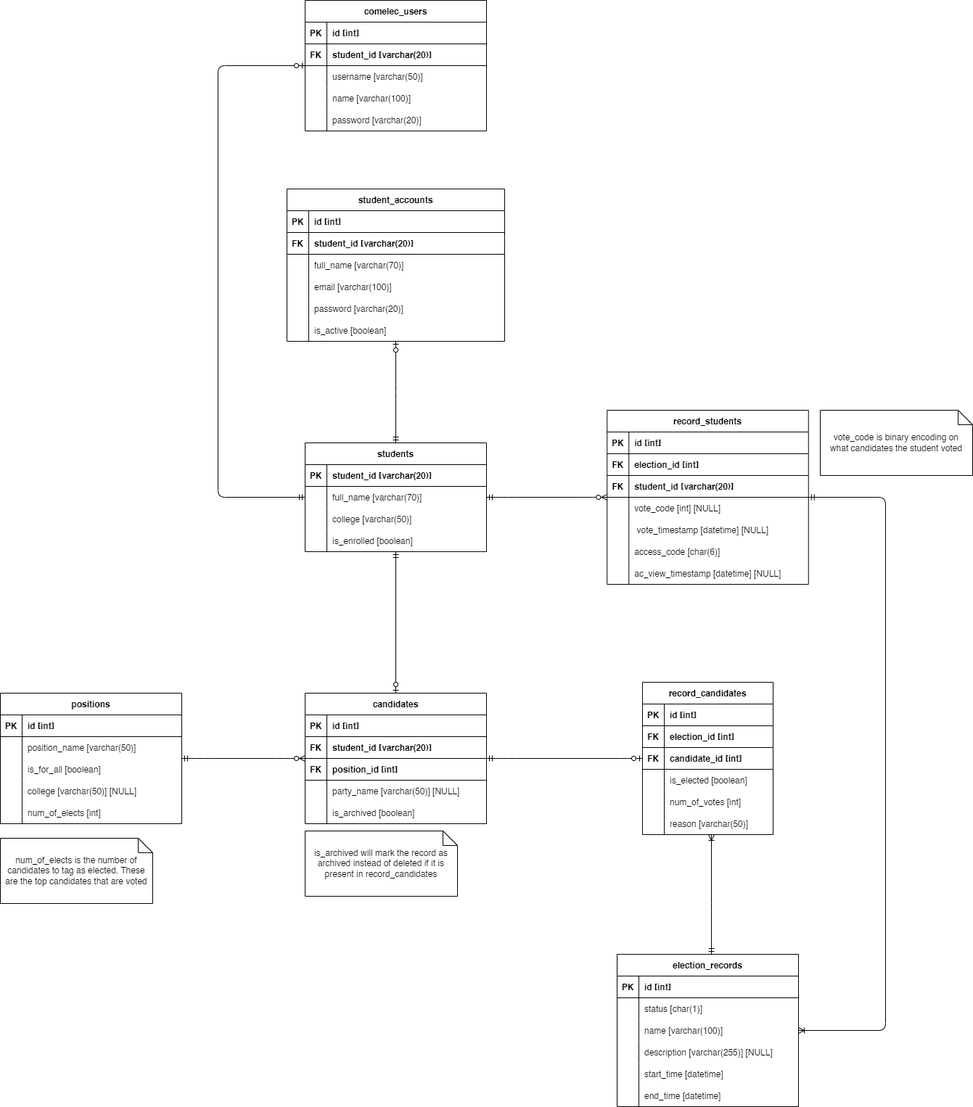
Above: schema.drawio.png in NateCross/comelec-system (draw.io), before the change. Source tidied: cells renumbered, new cells last; positions are measured from the earlier drawing's top-left corner, leaving out a move shared by most shapes.
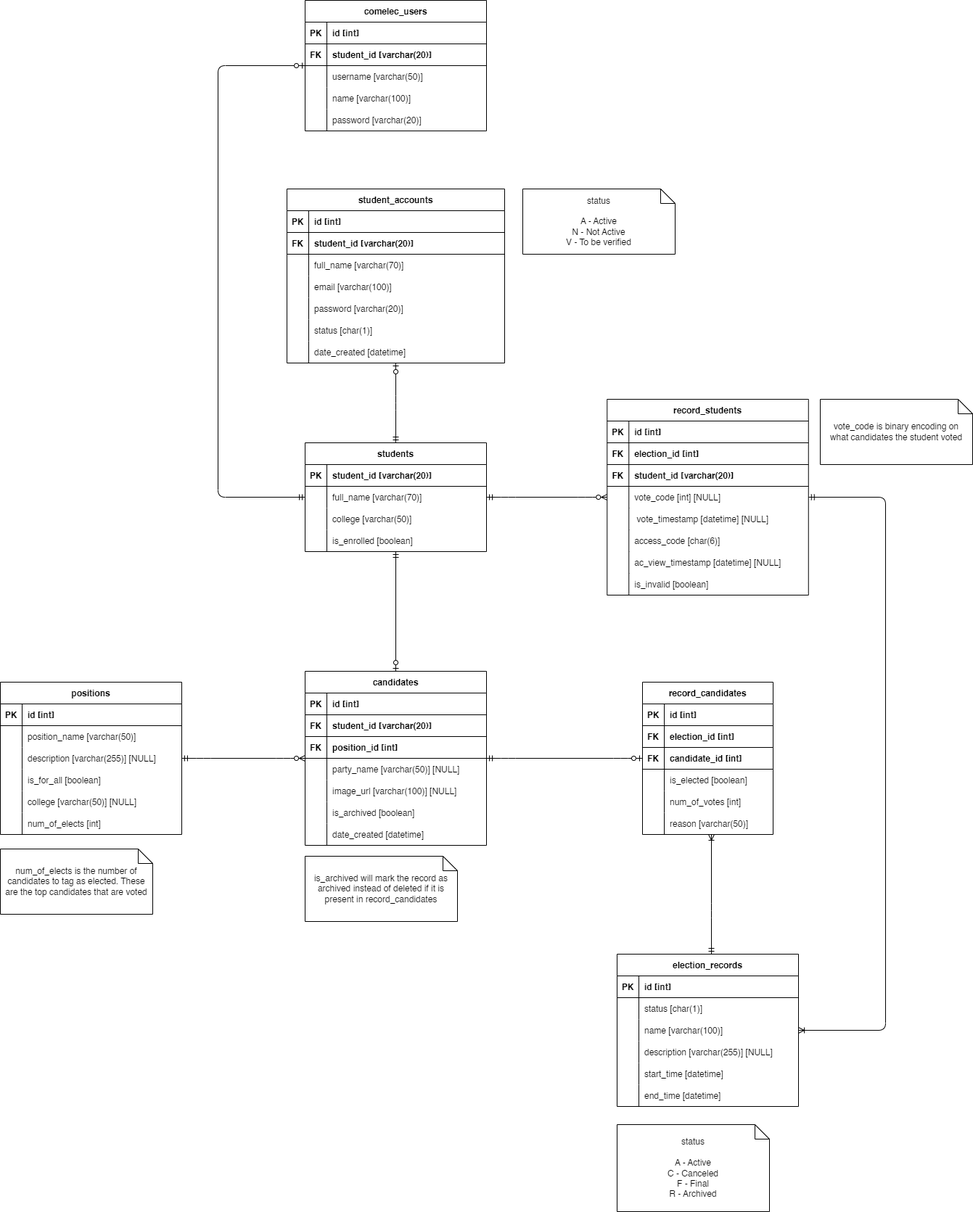
After the change.

Diff of the diagram source:
```diff
@@ -3,7 +3,7 @@
     <mxCell id="0" />
     <mxCell id="1" parent="0" />
     <mxCell id="2" value="student_accounts" style="shape=table;startSize=30;rowLines=0;fontStyle=1;align=center;" parent="1" vertex="1">
-      <mxGeometry x="395" y="260" width="300" height="210" as="geometry" />
+      <mxGeometry x="395" y="260" width="300" height="240" as="geometry" />
     </mxCell>
     <mxCell id="3" style="shape=tableRow;horizontal=0;startSize=0;swimlaneHead=0;swimlaneBody=0;fillColor=none;top=0;left=0;right=0;bottom=1;" parent="2" vertex="1">
       <mxGeometry y="30" width="300" height="30" as="geometry" />
@@ -56,9 +56,18 @@
     <mxCell id="19" style="shape=partialRectangle;fillColor=none;top=0;left=0;bottom=0;right=0;overflow=hidden;" parent="18" vertex="1">
       <mxGeometry width="30" height="30" as="geometry" />
     </mxCell>
-    <mxCell id="20" value="is_active [boolean]" style="shape=partialRectangle;fillColor=none;top=0;left=0;bottom=0;right=0;align=left;spacingLeft=6;overflow=hidden;" parent="18" vertex="1">
+    <mxCell id="20" value="status [char(1)]" style="shape=partialRectangle;fillColor=none;top=0;left=0;bottom=0;right=0;align=left;spacingLeft=6;overflow=hidden;" parent="18" vertex="1">
       <mxGeometry x="30" width="270" height="30" as="geometry" />
     </mxCell>
+    <mxCell id="153" style="shape=tableRow;horizontal=0;startSize=0;swimlaneHead=0;swimlaneBody=0;fillColor=none;top=0;left=0;right=0;bottom=0;" parent="2" vertex="1">
+      <mxGeometry y="210" width="300" height="30" as="geometry" />
+    </mxCell>
+    <mxCell id="154" style="shape=partialRectangle;fillColor=none;top=0;left=0;bottom=0;right=0;overflow=hidden;" parent="153" vertex="1">
+      <mxGeometry width="30" height="30" as="geometry" />
+    </mxCell>
+    <mxCell id="155" value="date_created [datetime]" style="shape=partialRectangle;fillColor=none;top=0;left=0;bottom=0;right=0;align=left;spacingLeft=6;overflow=hidden;" parent="153" vertex="1">
+      <mxGeometry x="30" width="270" height="30" as="geometry" />
+    </mxCell>
     <mxCell id="21" value="comelec_users" style="shape=table;startSize=30;rowLines=0;fontStyle=1;align=center;" parent="1" vertex="1">
       <mxGeometry x="420" width="250" height="180" as="geometry" />
     </mxCell>
@@ -150,7 +159,7 @@
       <mxGeometry relative="1" as="geometry" />
     </mxCell>
     <mxCell id="51" value="candidates" style="shape=table;startSize=30;rowLines=0;fontStyle=1;align=center;" parent="1" vertex="1">
-      <mxGeometry x="420" y="955" width="250" height="180" as="geometry" />
+      <mxGeometry x="420" y="925" width="250" height="240" as="geometry" />
     </mxCell>
     <mxCell id="52" style="shape=tableRow;horizontal=0;startSize=0;swimlaneHead=0;swimlaneBody=0;fillColor=none;top=0;left=0;right=0;bottom=1;" parent="51" vertex="1">
       <mxGeometry y="30" width="250" height="30" as="geometry" />
@@ -188,8 +197,17 @@
     <mxCell id="63" value="party_name [varchar(50)] [NULL]" style="shape=partialRectangle;fillColor=none;top=0;left=0;bottom=0;right=0;align=left;spacingLeft=6;overflow=hidden;" parent="61" vertex="1">
       <mxGeometry x="30" width="220" height="30" as="geometry" />
     </mxCell>
+    <mxCell id="156" style="shape=tableRow;horizontal=0;startSize=0;swimlaneHead=0;swimlaneBody=0;fillColor=none;top=0;left=0;right=0;bottom=0;" parent="51" vertex="1">
+      <mxGeometry y="150" width="250" height="30" as="geometry" />
+    </mxCell>
+    <mxCell id="157" style="shape=partialRectangle;fillColor=none;top=0;left=0;bottom=0;right=0;overflow=hidden;" parent="156" vertex="1">
+      <mxGeometry width="30" height="30" as="geometry" />
+    </mxCell>
+    <mxCell id="158" value="image_url [varchar(100)] [NULL]" style="shape=partialRectangle;fillColor=none;top=0;left=0;bottom=0;right=0;align=left;spacingLeft=6;overflow=hidden;" parent="156" vertex="1">
+      <mxGeometry x="30" width="220" height="30" as="geometry" />
+    </mxCell>
     <mxCell id="64" style="shape=tableRow;horizontal=0;startSize=0;swimlaneHead=0;swimlaneBody=0;fillColor=none;top=0;left=0;right=0;bottom=0;" parent="51" vertex="1">
-      <mxGeometry y="150" width="250" height="30" as="geometry" />
+      <mxGeometry y="180" width="250" height="30" as="geometry" />
     </mxCell>
     <mxCell id="65" style="shape=partialRectangle;fillColor=none;top=0;left=0;bottom=0;right=0;overflow=hidden;" parent="64" vertex="1">
       <mxGeometry width="30" height="30" as="geometry" />
@@ -197,8 +215,17 @@
     <mxCell id="66" value="is_archived [boolean]" style="shape=partialRectangle;fillColor=none;top=0;left=0;bottom=0;right=0;align=left;spacingLeft=6;overflow=hidden;" parent="64" vertex="1">
       <mxGeometry x="30" width="220" height="30" as="geometry" />
     </mxCell>
+    <mxCell id="159" style="shape=tableRow;horizontal=0;startSize=0;swimlaneHead=0;swimlaneBody=0;fillColor=none;top=0;left=0;right=0;bottom=0;" parent="51" vertex="1">
+      <mxGeometry y="210" width="250" height="30" as="geometry" />
+    </mxCell>
+    <mxCell id="160" style="shape=partialRectangle;fillColor=none;top=0;left=0;bottom=0;right=0;overflow=hidden;" parent="159" vertex="1">
+      <mxGeometry width="30" height="30" as="geometry" />
+    </mxCell>
+    <mxCell id="161" value="date_created [datetime]" style="shape=partialRectangle;fillColor=none;top=0;left=0;bottom=0;right=0;align=left;spacingLeft=6;overflow=hidden;" parent="159" vertex="1">
+      <mxGeometry x="30" width="220" height="30" as="geometry" />
+    </mxCell>
     <mxCell id="67" value="positions" style="shape=table;startSize=30;rowLines=0;fontStyle=1;align=center;" parent="1" vertex="1">
-      <mxGeometry y="955" width="250" height="180" as="geometry" />
+      <mxGeometry y="940" width="250" height="210" as="geometry" />
     </mxCell>
     <mxCell id="68" style="shape=tableRow;horizontal=0;startSize=0;swimlaneHead=0;swimlaneBody=0;fillColor=none;top=0;left=0;right=0;bottom=1;" parent="67" vertex="1">
       <mxGeometry y="30" width="250" height="30" as="geometry" />
@@ -218,8 +245,17 @@
     <mxCell id="73" value="position_name [varchar(50)]" style="shape=partialRectangle;fillColor=none;top=0;left=0;bottom=0;right=0;align=left;spacingLeft=6;overflow=hidden;" parent="71" vertex="1">
       <mxGeometry x="30" width="220" height="30" as="geometry" />
     </mxCell>
+    <mxCell id="162" style="shape=tableRow;horizontal=0;startSize=0;swimlaneHead=0;swimlaneBody=0;fillColor=none;top=0;left=0;right=0;bottom=0;" parent="67" vertex="1">
+      <mxGeometry y="90" width="250" height="30" as="geometry" />
+    </mxCell>
+    <mxCell id="163" style="shape=partialRectangle;fillColor=none;top=0;left=0;bottom=0;right=0;overflow=hidden;" parent="162" vertex="1">
+      <mxGeometry width="30" height="30" as="geometry" />
+    </mxCell>
+    <mxCell id="164" value="description [varchar(255)] [NULL]" style="shape=partialRectangle;fillColor=none;top=0;left=0;bottom=0;right=0;align=left;spacingLeft=6;overflow=hidden;" parent="162" vertex="1">
+      <mxGeometry x="30" width="220" height="30" as="geometry" />
+    </mxCell>
     <mxCell id="74" style="shape=tableRow;horizontal=0;startSize=0;swimlaneHead=0;swimlaneBody=0;fillColor=none;top=0;left=0;right=0;bottom=0;" parent="67" vertex="1">
-      <mxGeometry y="90" width="250" height="30" as="geometry" />
+      <mxGeometry y="120" width="250" height="30" as="geometry" />
     </mxCell>
     <mxCell id="75" style="shape=partialRectangle;fillColor=none;top=0;left=0;bottom=0;right=0;overflow=hidden;" parent="74" vertex="1">
       <mxGeometry width="30" height="30" as="geometry" />
@@ -228,7 +264,7 @@
       <mxGeometry x="30" width="220" height="30" as="geometry" />
     </mxCell>
     <mxCell id="77" style="shape=tableRow;horizontal=0;startSize=0;swimlaneHead=0;swimlaneBody=0;fillColor=none;top=0;left=0;right=0;bottom=0;" parent="67" vertex="1">
-      <mxGeometry y="120" width="250" height="30" as="geometry" />
+      <mxGeometry y="150" width="250" height="30" as="geometry" />
     </mxCell>
     <mxCell id="78" style="shape=partialRectangle;fillColor=none;top=0;left=0;bottom=0;right=0;overflow=hidden;" parent="77" vertex="1">
       <mxGeometry width="30" height="30" as="geometry" />
@@ -237,7 +273,7 @@
       <mxGeometry x="30" width="220" height="30" as="geometry" />
     </mxCell>
     <mxCell id="80" style="shape=tableRow;horizontal=0;startSize=0;swimlaneHead=0;swimlaneBody=0;fillColor=none;top=0;left=0;right=0;bottom=0;" parent="67" vertex="1">
-      <mxGeometry y="150" width="250" height="30" as="geometry" />
+      <mxGeometry y="180" width="250" height="30" as="geometry" />
     </mxCell>
     <mxCell id="81" style="shape=partialRectangle;fillColor=none;top=0;left=0;bottom=0;right=0;overflow=hidden;" parent="80" vertex="1">
       <mxGeometry width="30" height="30" as="geometry" />
@@ -384,13 +420,13 @@
       </mxGeometry>
     </mxCell>
     <mxCell id="126" value="num_of_elects is the number of candidates to tag as elected. These are the top candidates that are voted" style="shape=note;size=20;whiteSpace=wrap;html=1;" parent="1" vertex="1">
-      <mxGeometry y="1155" width="210" height="90" as="geometry" />
+      <mxGeometry y="1170" width="210" height="90" as="geometry" />
     </mxCell>
     <mxCell id="127" value="is_archived will mark the record as archived instead of deleted if it is present in record_candidates" style="shape=note;size=20;whiteSpace=wrap;html=1;" parent="1" vertex="1">
-      <mxGeometry x="420" y="1145" width="210" height="90" as="geometry" />
+      <mxGeometry x="420" y="1180" width="210" height="90" as="geometry" />
     </mxCell>
     <mxCell id="128" value="record_students" style="shape=table;startSize=30;rowLines=0;fontStyle=1;align=center;" parent="1" vertex="1">
-      <mxGeometry x="836.2" y="565" width="277.5" height="240" as="geometry" />
+      <mxGeometry x="836.2" y="550" width="277.5" height="270" as="geometry" />
     </mxCell>
     <mxCell id="129" style="shape=tableRow;horizontal=0;startSize=0;swimlaneHead=0;swimlaneBody=0;fillColor=none;top=0;left=0;right=0;bottom=1;" parent="128" vertex="1">
       <mxGeometry y="30" width="277.5" height="30" as="geometry" />
@@ -455,6 +491,15 @@
     <mxCell id="149" value="ac_view_timestamp [datetime] [NULL]" style="shape=partialRectangle;fillColor=none;top=0;left=0;bottom=0;right=0;align=left;spacingLeft=6;overflow=hidden;" parent="147" vertex="1">
       <mxGeometry x="30" width="247.5" height="30" as="geometry" />
     </mxCell>
+    <mxCell id="165" style="shape=tableRow;horizontal=0;startSize=0;swimlaneHead=0;swimlaneBody=0;fillColor=none;top=0;left=0;right=0;bottom=0;" parent="128" vertex="1">
+      <mxGeometry y="240" width="277.5" height="30" as="geometry" />
+    </mxCell>
+    <mxCell id="166" style="shape=partialRectangle;fillColor=none;top=0;left=0;bottom=0;right=0;overflow=hidden;" parent="165" vertex="1">
+      <mxGeometry width="30" height="30" as="geometry" />
+    </mxCell>
+    <mxCell id="167" value="is_invalid [boolean]" style="shape=partialRectangle;fillColor=none;top=0;left=0;bottom=0;right=0;align=left;spacingLeft=6;overflow=hidden;" parent="165" vertex="1">
+      <mxGeometry x="30" width="247.5" height="30" as="geometry" />
+    </mxCell>
     <mxCell id="150" style="edgeStyle=entityRelationEdgeStyle;fontSize=12;html=1;endArrow=ERzeroToMany;startArrow=ERmandOne;" parent="1" edge="1" source="37" target="128">
       <mxGeometry relative="1" as="geometry" />
     </mxCell>
@@ -466,7 +511,13 @@
       </mxGeometry>
     </mxCell>
     <mxCell id="152" value="vote_code is binary encoding on&lt;br&gt;what candidates the student voted" style="shape=note;size=20;whiteSpace=wrap;html=1;" parent="1" vertex="1">
-      <mxGeometry x="1130" y="565" width="210" height="90" as="geometry" />
+      <mxGeometry x="1130" y="550" width="210" height="90" as="geometry" />
     </mxCell>
+    <mxCell id="168" value="status&lt;br&gt;&lt;br&gt;A - Active&lt;br&gt;N - Not Active&lt;br&gt;V - To be verified" style="shape=note;size=20;whiteSpace=wrap;html=1;" parent="1" vertex="1">
+      <mxGeometry x="720" y="260" width="210" height="90" as="geometry" />
+    </mxCell>
+    <mxCell id="169" value="status&lt;br&gt;&lt;br&gt;A - Active&lt;br&gt;C - Canceled&lt;br&gt;F - Final&lt;br&gt;R - Archived" style="shape=note;size=20;whiteSpace=wrap;html=1;" parent="1" vertex="1">
+      <mxGeometry x="850" y="1550" width="210" height="120" as="geometry" />
+    </mxCell>
   </root>
 </mxGraphModel>
```
